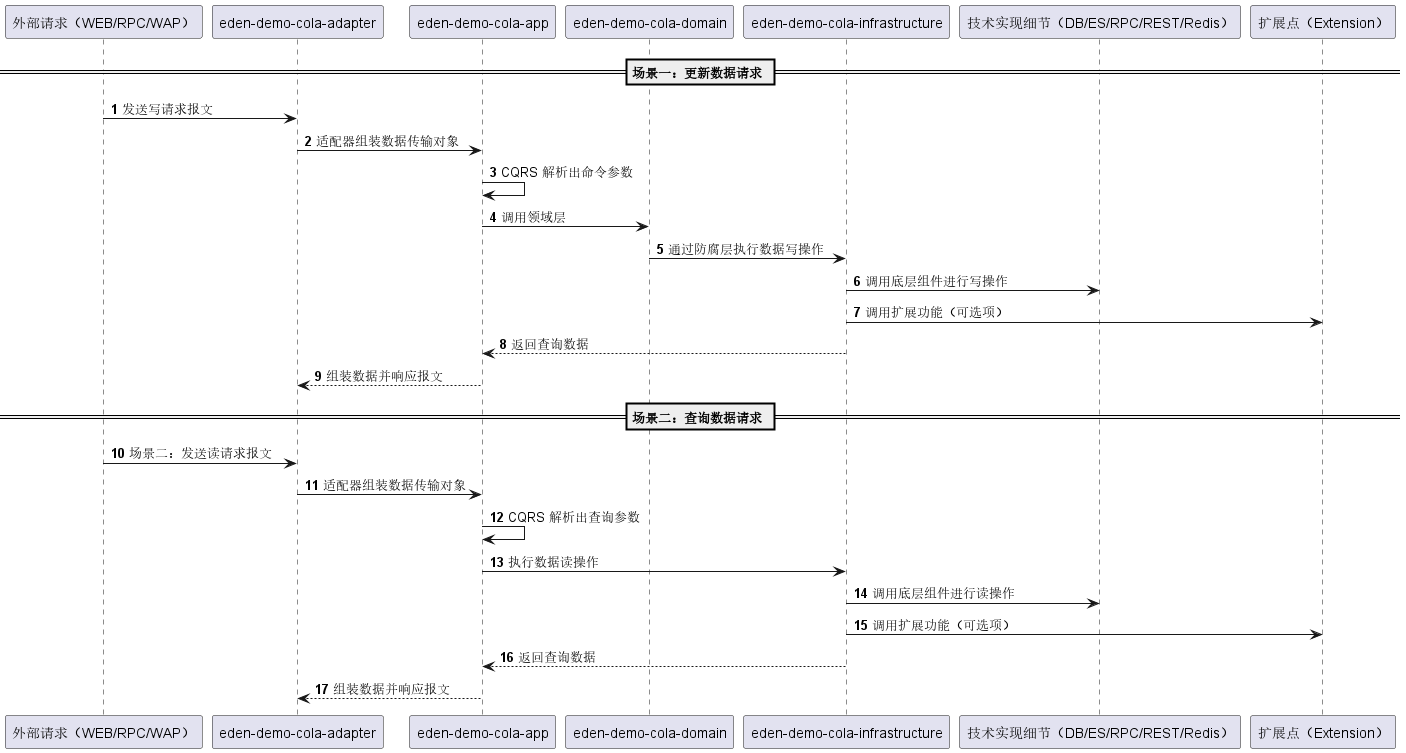
Before: eden-demo-cola/sequence.png, a diagram exported from PlantUML (shiyindaxiaojie/images). Source of this version:
```plantuml
@startuml

autonumber

== 场景一：更新数据请求 ==

"外部请求（WEB/RPC/WAP）" -> "eden-demo-cola-adapter": 发送写请求报文
"eden-demo-cola-adapter" -> "eden-demo-cola-app": 适配器组装数据传输对象
"eden-demo-cola-app" -> "eden-demo-cola-app": CQRS 解析出命令参数
"eden-demo-cola-app" -> "eden-demo-cola-domain": 调用领域层
"eden-demo-cola-domain" -> "eden-demo-cola-infrastructure": 通过防腐层执行数据写操作
"eden-demo-cola-infrastructure" -> "技术实现细节（DB/ES/RPC/REST/Redis）": 调用底层组件进行写操作
"eden-demo-cola-infrastructure" -> "扩展点（Extension）": 调用扩展功能（可选项）
"eden-demo-cola-infrastructure" --> "eden-demo-cola-app": 返回查询数据
"eden-demo-cola-app" --> "eden-demo-cola-adapter": 组装数据并响应报文

== 场景二：查询数据请求 ==

"外部请求（WEB/RPC/WAP）" -> "eden-demo-cola-adapter": 场景二：发送读请求报文
"eden-demo-cola-adapter" -> "eden-demo-cola-app": 适配器组装数据传输对象
"eden-demo-cola-app" -> "eden-demo-cola-app": CQRS 解析出查询参数
"eden-demo-cola-app" -> "eden-demo-cola-infrastructure": 执行数据读操作
"eden-demo-cola-infrastructure" -> "技术实现细节（DB/ES/RPC/REST/Redis）": 调用底层组件进行读操作
"eden-demo-cola-infrastructure" -> "扩展点（Extension）": 调用扩展功能（可选项）
"eden-demo-cola-infrastructure" --> "eden-demo-cola-app": 返回查询数据
"eden-demo-cola-app" --> "eden-demo-cola-adapter": 组装数据并响应报文








@enduml
```
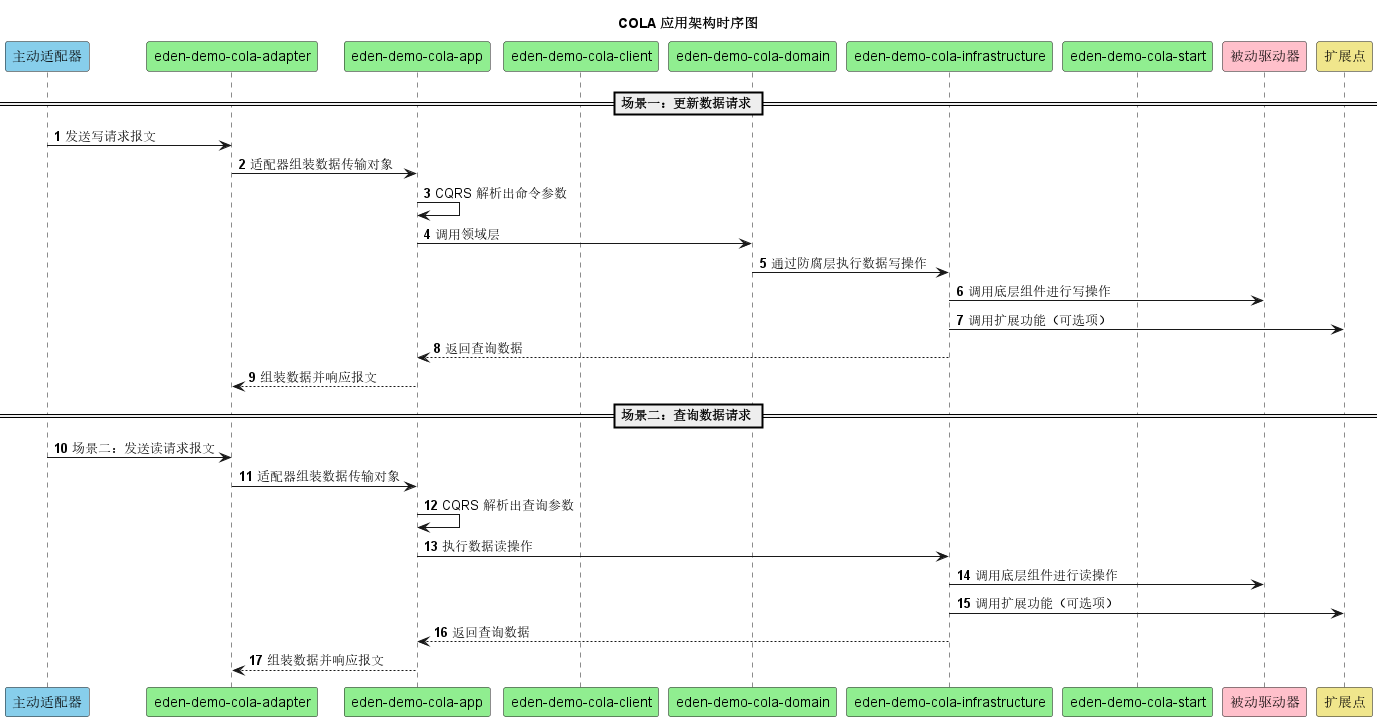
Above is the later version.

Change to the diagram source:
```diff
@@ -1,35 +1,44 @@
 @startuml
 
+!if %variable_exists("$THEME")
+title COLA 应用架构时序图 - $THEME theme
+!else
+title COLA 应用架构时序图
+!endif
+
+
 autonumber
+participant "主动适配器" #SkyBlue
+participant "eden-demo-cola-adapter" #LightGreen
+participant "eden-demo-cola-app" #LightGreen
+participant "eden-demo-cola-client" #LightGreen
+participant "eden-demo-cola-domain" #LightGreen
+participant "eden-demo-cola-infrastructure" #LightGreen
+participant "eden-demo-cola-start" #LightGreen
+participant "被动驱动器" #Pink
+participant "扩展点" #Khaki
 
 == 场景一：更新数据请求 ==
 
-"外部请求（WEB/RPC/WAP）" -> "eden-demo-cola-adapter": 发送写请求报文
+"主动适配器" -> "eden-demo-cola-adapter": 发送写请求报文
 "eden-demo-cola-adapter" -> "eden-demo-cola-app": 适配器组装数据传输对象
 "eden-demo-cola-app" -> "eden-demo-cola-app": CQRS 解析出命令参数
 "eden-demo-cola-app" -> "eden-demo-cola-domain": 调用领域层
 "eden-demo-cola-domain" -> "eden-demo-cola-infrastructure": 通过防腐层执行数据写操作
-"eden-demo-cola-infrastructure" -> "技术实现细节（DB/ES/RPC/REST/Redis）": 调用底层组件进行写操作
-"eden-demo-cola-infrastructure" -> "扩展点（Extension）": 调用扩展功能（可选项）
+"eden-demo-cola-infrastructure" -> "被动驱动器": 调用底层组件进行写操作
+"eden-demo-cola-infrastructure" -> "扩展点": 调用扩展功能（可选项）
 "eden-demo-cola-infrastructure" --> "eden-demo-cola-app": 返回查询数据
 "eden-demo-cola-app" --> "eden-demo-cola-adapter": 组装数据并响应报文
 
 == 场景二：查询数据请求 ==
 
-"外部请求（WEB/RPC/WAP）" -> "eden-demo-cola-adapter": 场景二：发送读请求报文
+"主动适配器" -> "eden-demo-cola-adapter": 场景二：发送读请求报文
 "eden-demo-cola-adapter" -> "eden-demo-cola-app": 适配器组装数据传输对象
 "eden-demo-cola-app" -> "eden-demo-cola-app": CQRS 解析出查询参数
 "eden-demo-cola-app" -> "eden-demo-cola-infrastructure": 执行数据读操作
-"eden-demo-cola-infrastructure" -> "技术实现细节（DB/ES/RPC/REST/Redis）": 调用底层组件进行读操作
-"eden-demo-cola-infrastructure" -> "扩展点（Extension）": 调用扩展功能（可选项）
+"eden-demo-cola-infrastructure" -> "被动驱动器": 调用底层组件进行读操作
+"eden-demo-cola-infrastructure" -> "扩展点": 调用扩展功能（可选项）
 "eden-demo-cola-infrastructure" --> "eden-demo-cola-app": 返回查询数据
 "eden-demo-cola-app" --> "eden-demo-cola-adapter": 组装数据并响应报文
 
-
-
-
-
-
-
-
 @enduml
```
